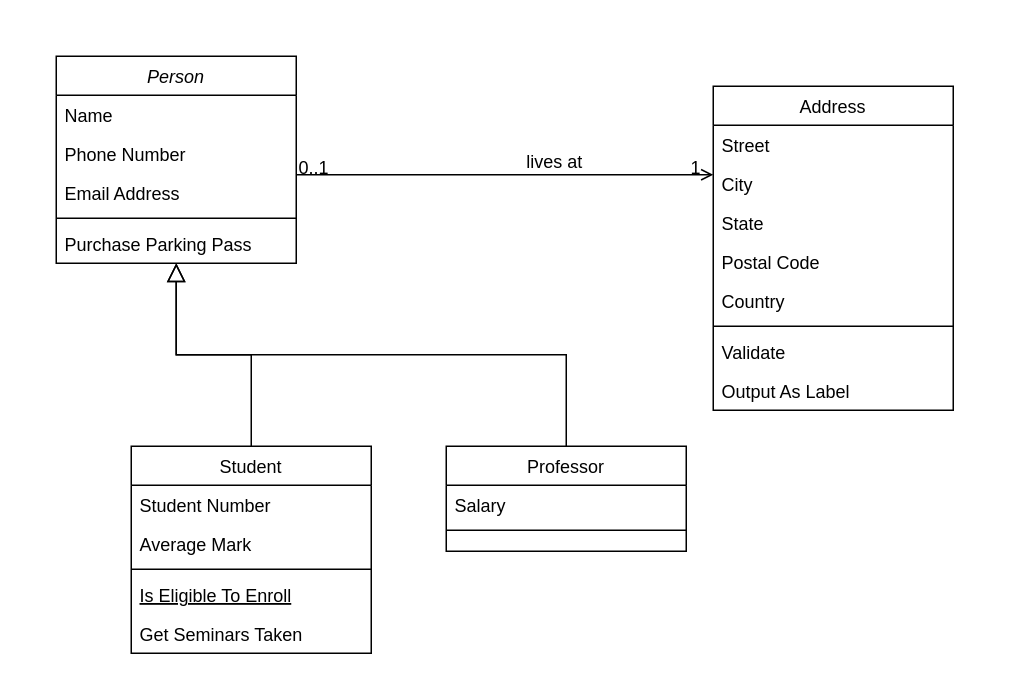
Above: doc/generation_test.drawio in nkoester/github-experiments (draw.io), before the change. Source tidied: cells renumbered, new cells numbered last; positions are measured from the earlier drawing's top-left corner, leaving out a move shared by most shapes. Both pictures are drawn from the tidied source at 150%, with x=0, y=0 at pixel (56, 56).
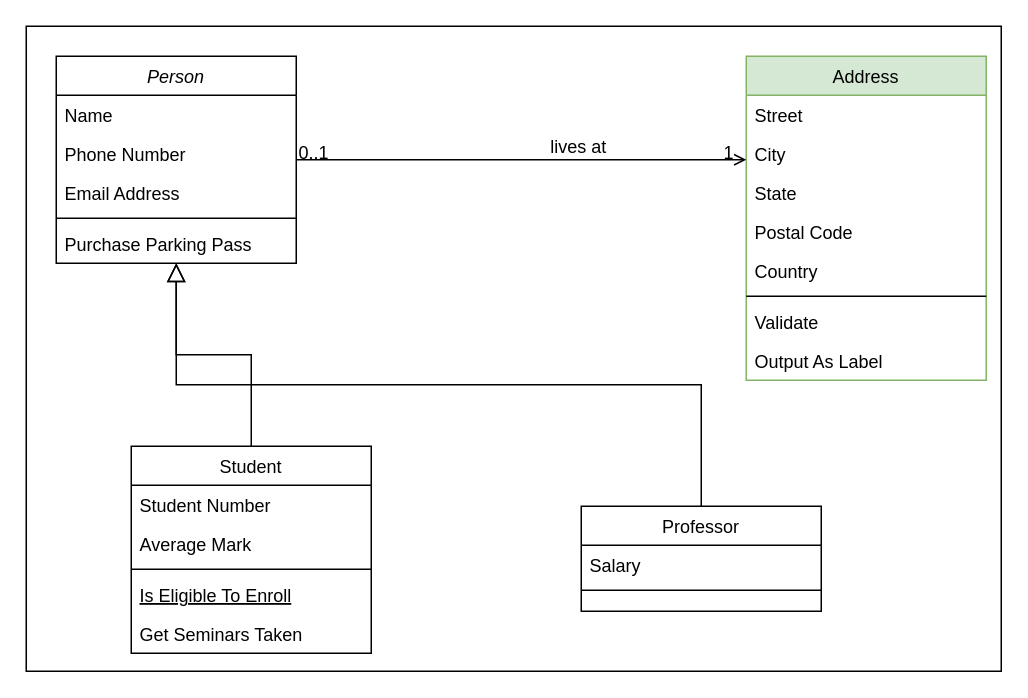
The same page after the edit.

Change to the diagram source:
```diff
@@
+    <mxCell id="32" style="rounded=0;whiteSpace=wrap;html=1;" parent="1" vertex="1">
+      <mxGeometry x="-20" y="-20" width="650" height="430" as="geometry" />
+    </mxCell>
@@
     <mxCell id="15" value="Professor" style="swimlane;fontStyle=0;align=center;verticalAlign=top;horizontal=1;startSize=26;rounded=0;shadow=0;strokeWidth=1;" parent="1" vertex="1">
-      <mxGeometry x="260" y="260" width="160" height="70" as="geometry" />
+      <mxGeometry x="350" y="300" width="160" height="70" as="geometry" />
     </mxCell>
@@
-    <mxCell id="19" value="Address" style="swimlane;fontStyle=0;align=center;verticalAlign=top;horizontal=1;startSize=26;rounded=0;shadow=0;strokeWidth=1;" parent="1" vertex="1">
-      <mxGeometry x="438" y="20" width="160" height="216" as="geometry" />
+    <mxCell id="19" value="Address" style="swimlane;fontStyle=0;align=center;verticalAlign=top;horizontal=1;startSize=26;rounded=0;shadow=0;strokeWidth=1;fillColor=#d5e8d4;strokeColor=#82b366;" parent="1" vertex="1">
+      <mxGeometry x="460" width="160" height="216" as="geometry" />
     </mxCell>
```
